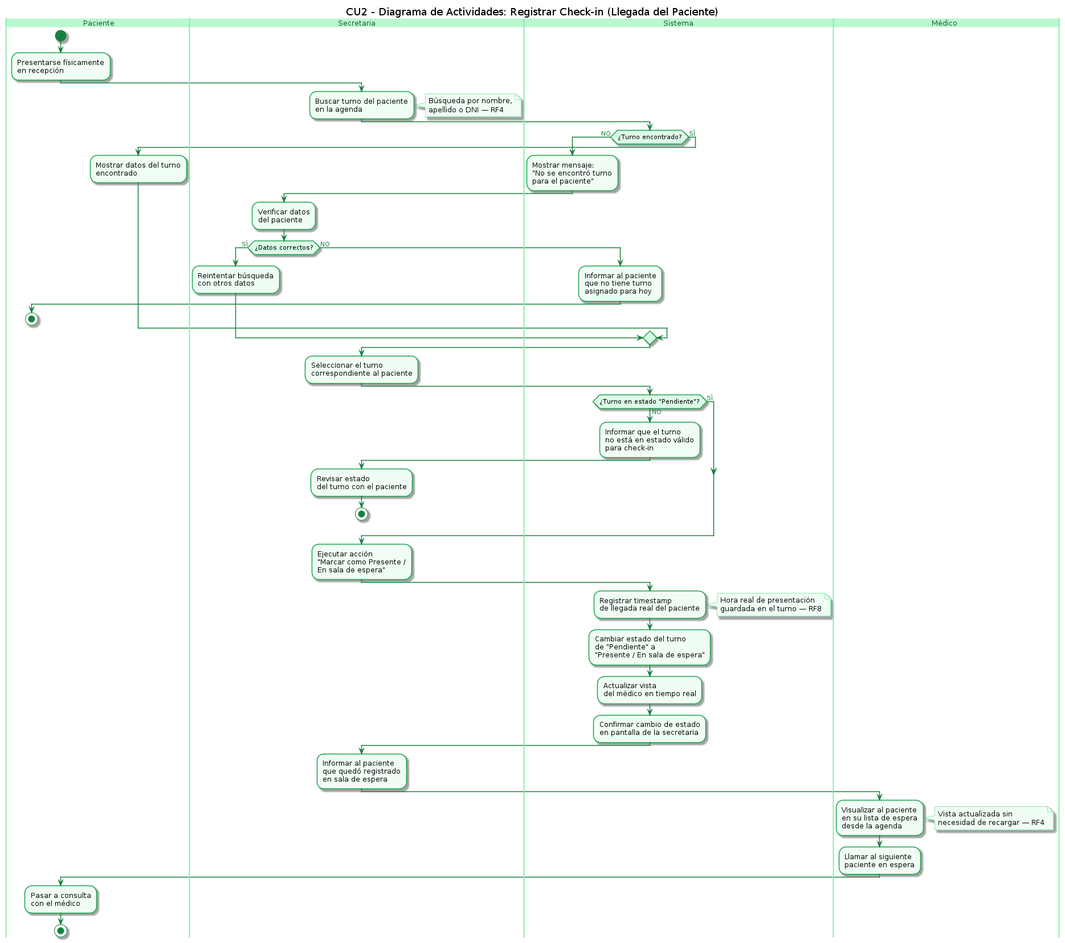
This is diagramas/04-diagramas-actividades/04-actividad-registrar-checkin-02.png from angelgc9107-lgtm/SistemaTurnosMedicos_GP6, a PlantUML export, as it was before one commit. Its source is kept beside it as diagramas/04-diagramas-actividades/04-actividad-registrar-checkin-02.puml. Its diagram source:
```plantuml
@startuml 04-actividad-registrar-checkin-02

skinparam backgroundColor #FFFFFF
skinparam activity {
    BackgroundColor #F0FDF4
    BorderColor #16A34A
    ArrowColor #15803D
    DiamondBackgroundColor #DCFCE7
    DiamondBorderColor #16A34A
    StartColor #15803D
    EndColor #15803D
}
skinparam swimlane {
    BorderColor #86EFAC
    TitleBackgroundColor #BBF7D0
    TitleFontColor #14532D
    TitleFontSize 13
}
skinparam ArrowFontColor #15803D
skinparam NoteBorderColor #86EFAC
skinparam NoteBackgroundColor #F0FDF4

title CU2 - Diagrama de Actividades: Registrar Check-in (Llegada del Paciente)

|Paciente|
start
:Presentarse físicamente\nen recepción;

|Secretaria|
:Buscar turno del paciente\nen la agenda;

note right
  Búsqueda por nombre,
  apellido o DNI — RF4
end note

|Sistema|
if (¿Turno encontrado?) then (NO)
  :Mostrar mensaje:\n"No se encontró turno\npara el paciente";
  |Secretaria|
  :Verificar datos\ndel paciente;
  if (¿Datos correctos?) then (SÍ)
    :Reintentar búsqueda\ncon otros datos;
    |Sistema|
  else (NO)
    :Informar al paciente\nque no tiene turno\nasignado para hoy;
    |Paciente|
    stop
  endif
else (SÍ)
  :Mostrar datos del turno\nencontrado;
endif

|Secretaria|
:Seleccionar el turno\ncorrespondiente al paciente;

|Sistema|
if (¿Turno en estado "Pendiente"?) then (NO)
  :Informar que el turno\nno está en estado válido\npara check-in;
  |Secretaria|
  :Revisar estado\ndel turno con el paciente;
  stop
else (SÍ)
endif

|Secretaria|
:Ejecutar acción\n"Marcar como Presente /\nEn sala de espera";

|Sistema|
:Registrar timestamp\nde llegada real del paciente;

note right
  Hora real de presentación
  guardada en el turno — RF8
end note

:Cambiar estado del turno\nde "Pendiente" a\n"Presente / En sala de espera";
:Actualizar vista\ndel médico en tiempo real;
:Confirmar cambio de estado\nen pantalla de la secretaria;

|Secretaria|
:Informar al paciente\nque quedó registrado\nen sala de espera;

|Médico|
:Visualizar al paciente\nen su lista de espera\ndesde la agenda;

note right
  Vista actualizada sin
  necesidad de recargar — RF4
end note

:Llamar al siguiente\npaciente en espera;

|Paciente|
:Pasar a consulta\ncon el médico;

stop

@enduml
```
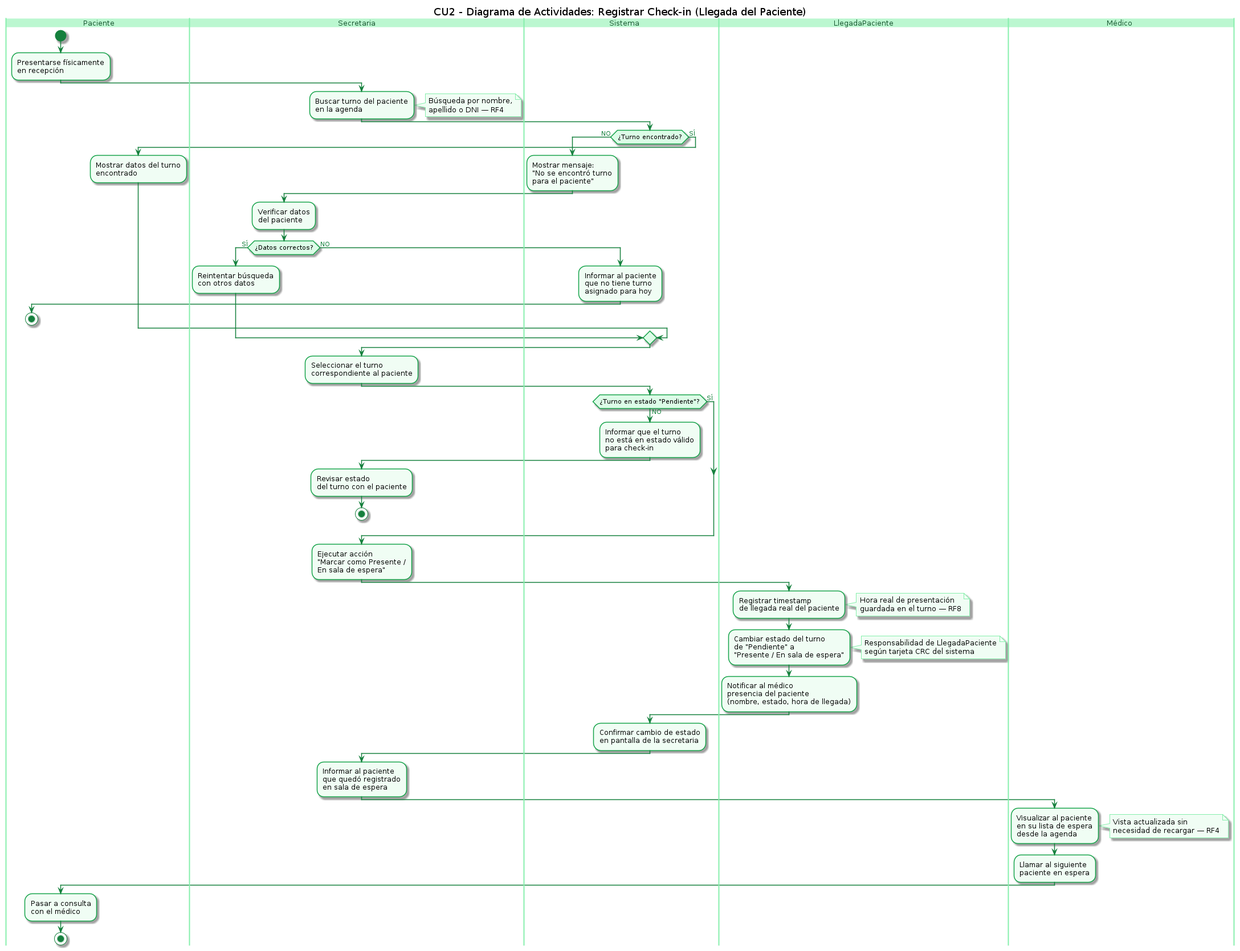
The same file after the commit.

Commit message:
Correcion del changelog y diagrama de actividades

The edit, as a diff of the source:
```diff
@@ -66,7 +66,7 @@
 |Secretaria|
 :Ejecutar acción\n"Marcar como Presente /\nEn sala de espera";
 
-|Sistema|
+|LlegadaPaciente|
 :Registrar timestamp\nde llegada real del paciente;
 
 note right
@@ -75,7 +75,15 @@
 end note
 
 :Cambiar estado del turno\nde "Pendiente" a\n"Presente / En sala de espera";
-:Actualizar vista\ndel médico en tiempo real;
+
+note right
+  Responsabilidad de LlegadaPaciente
+  según tarjeta CRC del sistema
+end note
+
+:Notificar al médico\npresencia del paciente\n(nombre, estado, hora de llegada);
+
+|Sistema|
 :Confirmar cambio de estado\nen pantalla de la secretaria;
 
 |Secretaria|
```
